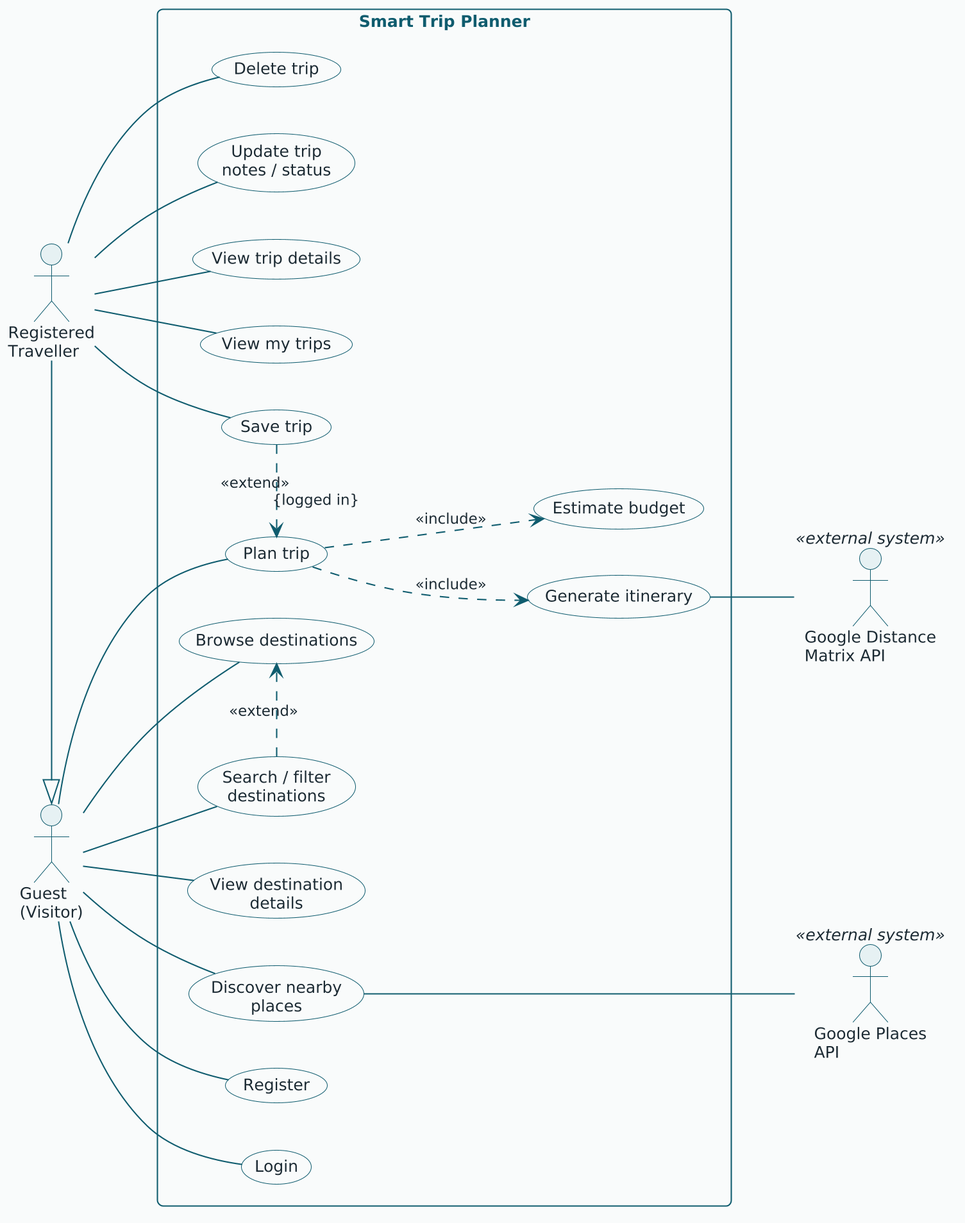
The PlantUML diagram docs/diagrams/use-case.png in krishnakm143/smart-trip-planner, before a commit. Source of this version:
```plantuml
@startuml use-case
!include _style.iuml
left to right direction

actor "Registered\nTraveller" as Trav
actor "Guest\n(Visitor)" as Guest
Trav -|> Guest

actor "Google Places\nAPI" as GP <<external system>>
actor "Google Distance\nMatrix API" as GDM <<external system>>

rectangle "Smart Trip Planner" {
  usecase "Delete trip" as UC14
  usecase "Update trip\nnotes / status" as UC13
  usecase "View trip details" as UC12
  usecase "View my trips" as UC11
  usecase "Save trip" as UC10
  usecase "Plan trip" as UC5
  usecase "Generate itinerary" as UC6
  usecase "Estimate budget" as UC7
  usecase "Browse destinations" as UC1
  usecase "Search / filter\ndestinations" as UC2
  usecase "View destination\ndetails" as UC3
  usecase "Discover nearby\nplaces" as UC4
  usecase "Register" as UC8
  usecase "Login" as UC9
}

Trav -- UC14
Trav -- UC13
Trav -- UC12
Trav -- UC11
Trav -- UC10

Guest -- UC5
Guest -- UC1
Guest -- UC2
Guest -- UC3
Guest -- UC4
Guest -- UC8
Guest -- UC9

UC10 .[norank].> UC5 :                           <<extend>>\n                          {logged in}
UC2 .[norank].> UC1 :                           <<extend>>
UC5 ..> UC7 : <<include>>
UC5 ..> UC6 : <<include>>

UC6 -- GDM
UC4 --- GP
@enduml
```
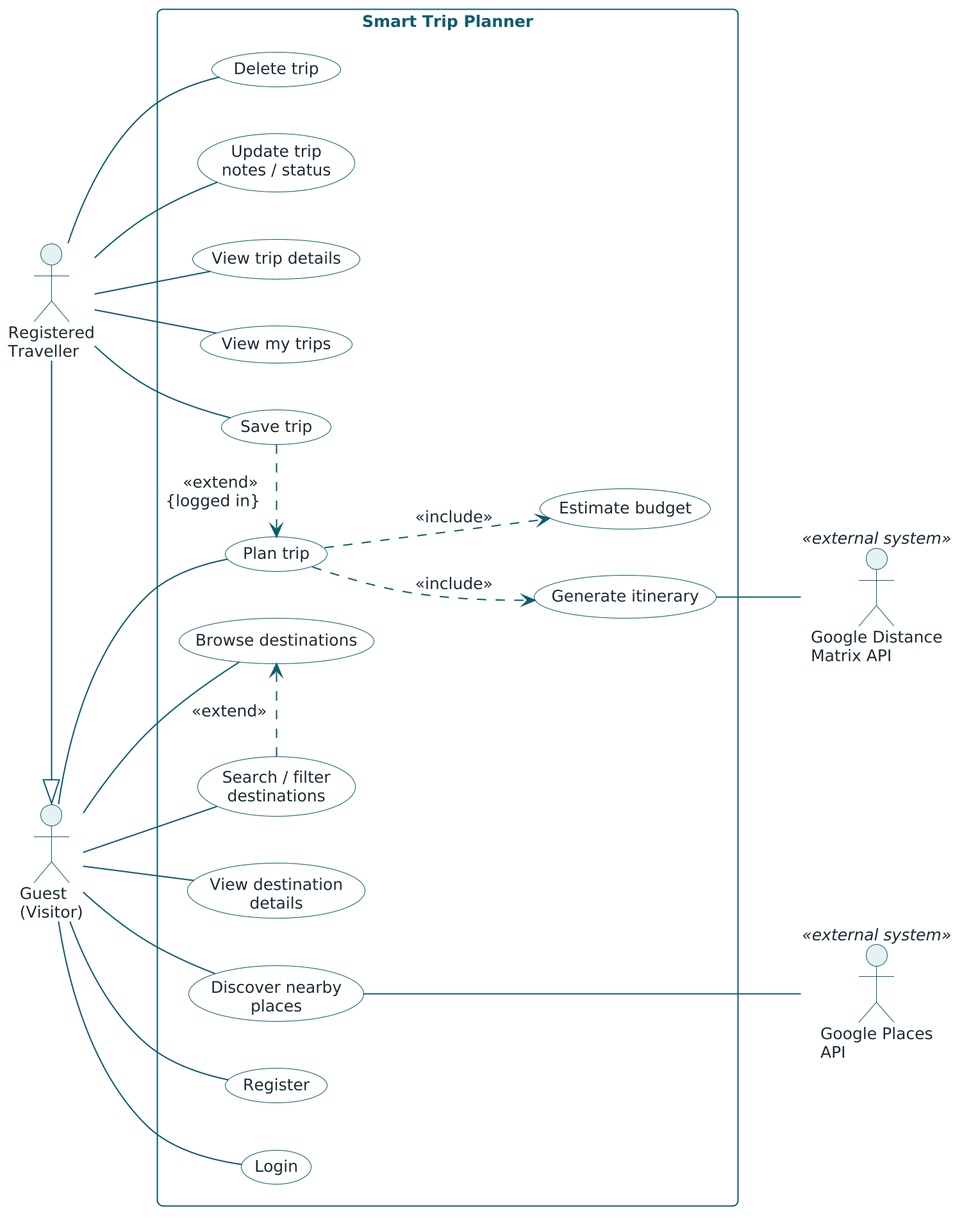
After the change.

What changed in the source:
```diff
@@ -1,6 +1,9 @@
 @startuml use-case
 !include _style.iuml
 left to right direction
+skinparam backgroundColor #FFFFFF
+skinparam packageBackgroundColor #FFFFFF
+skinparam nodeBackgroundColor #FFFFFF
 
 actor "Registered\nTraveller" as Trav
 actor "Guest\n(Visitor)" as Guest
@@ -40,8 +43,8 @@
 Guest -- UC8
 Guest -- UC9
 
-UC10 .[norank].> UC5 :                           <<extend>>\n                          {logged in}
-UC2 .[norank].> UC1 :                           <<extend>>
+UC10 .[norank].> UC5 : <<extend>>             \n{logged in}
+UC2 .[norank].> UC1 : <<extend>>
 UC5 ..> UC7 : <<include>>
 UC5 ..> UC6 : <<include>>
 
```
